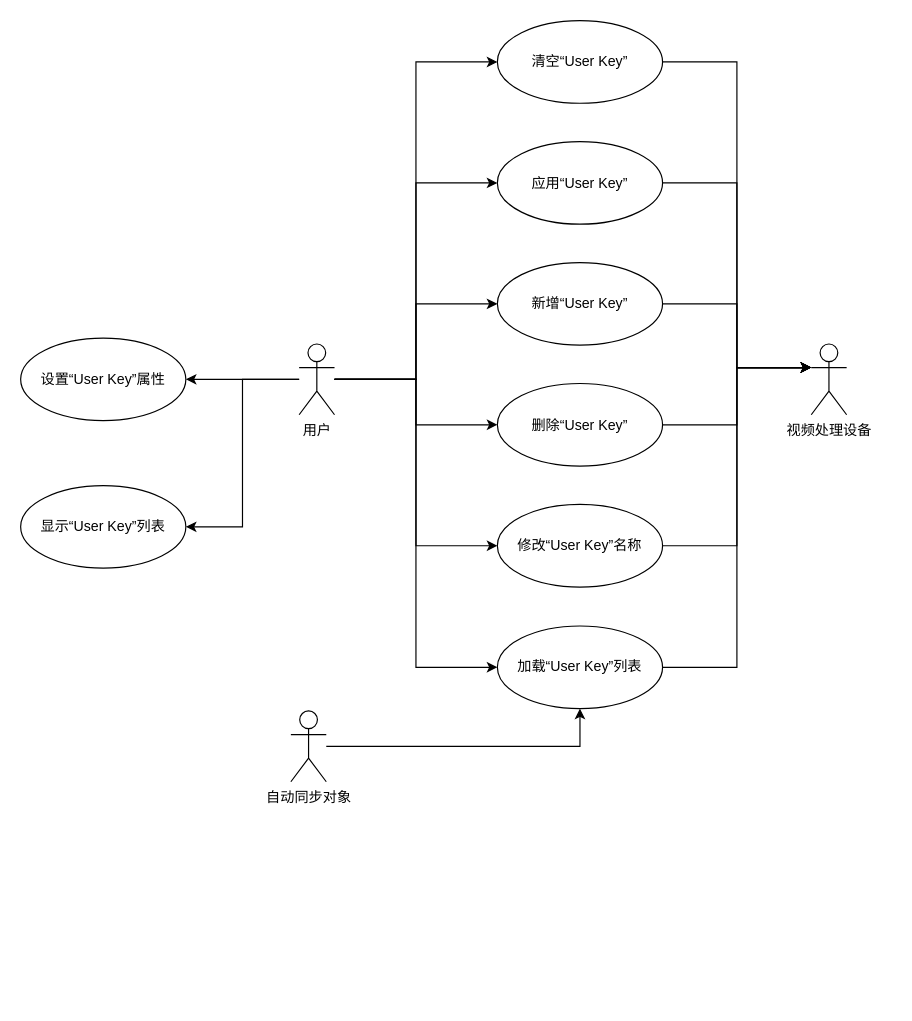
Earlier version of the draw.io diagram Arpa.drawio (wiSCADA/drawio). Source tidied: cells renumbered, new cells numbered last; positions are measured from the earlier drawing's top-left corner, leaving out a move shared by most shapes. Both pictures are drawn from the tidied source at 118%, with x=0, y=0 at pixel (20, 20).
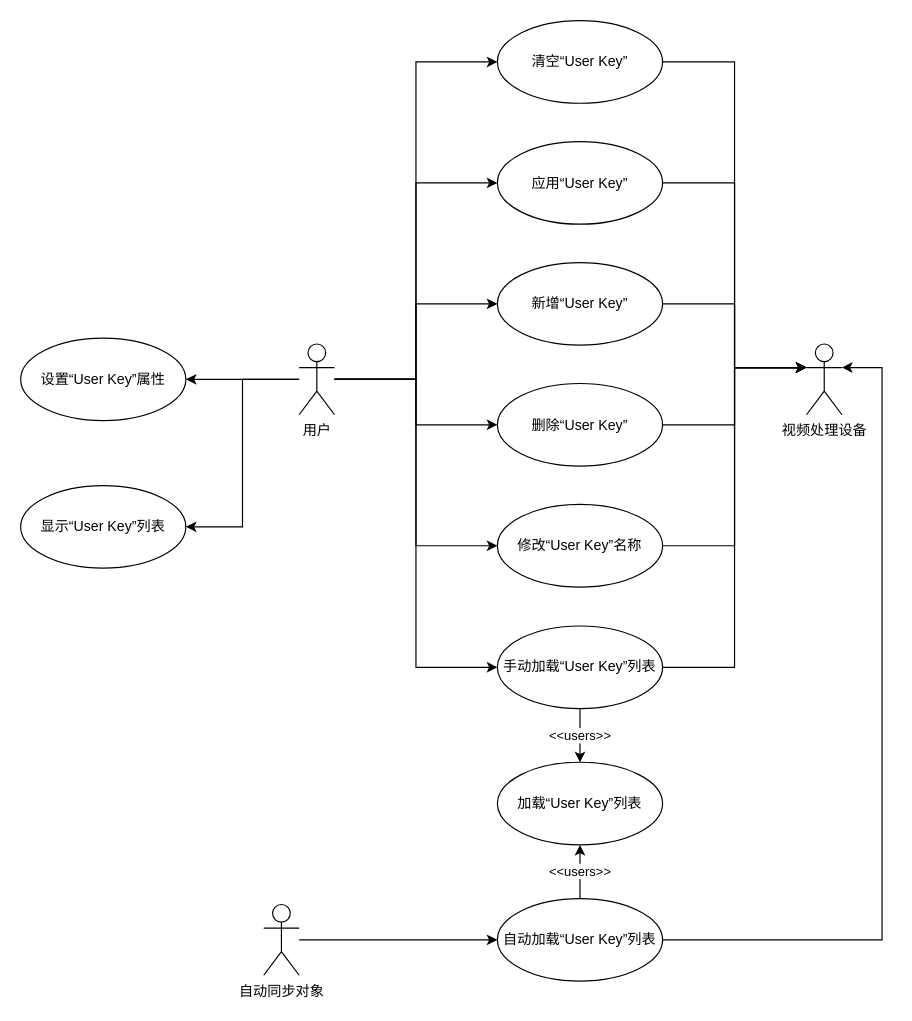
The same diagram, later.

Commit message:
抽象出一个“加载User Key列表”的抽象用例，然后自动加载和手动加载都使用它。

The edit, as a diff of the source:
```diff
@@
+    <mxCell id="28" value="&amp;lt;&amp;lt;users&amp;gt;&amp;gt;" style="edgeStyle=orthogonalEdgeStyle;rounded=0;jettySize=auto;html=1;" parent="1" edge="1" source="9" target="29">
+      <mxGeometry relative="1" as="geometry" />
+    </mxCell>
-    <mxCell id="9" value="加载“User Key”列表" style="ellipse;whiteSpace=wrap;html=1;" parent="1" vertex="1">
+    <mxCell id="9" value="手动加载“User Key”列表" style="ellipse;whiteSpace=wrap;html=1;" parent="1" vertex="1">
       <mxGeometry x="404" y="513" width="140" height="70" as="geometry" />
     </mxCell>
-    <mxCell id="10" style="edgeStyle=orthogonalEdgeStyle;rounded=0;jettySize=auto;html=1;" parent="1" edge="1" source="11" target="9">
+    <mxCell id="10" style="edgeStyle=orthogonalEdgeStyle;rounded=0;jettySize=auto;html=1;entryX=0;entryY=0.5;entryDx=0;entryDy=0;" parent="1" edge="1" source="11" target="32">
       <mxGeometry relative="1" as="geometry" />
     </mxCell>
     <mxCell id="11" value="自动同步对象" style="shape=umlActor;verticalLabelPosition=bottom;labelBackgroundColor=#ffffff;verticalAlign=top;html=1;" parent="1" vertex="1">
-      <mxGeometry x="229" y="585" width="30" height="60" as="geometry" />
+      <mxGeometry x="206" y="749" width="30" height="60" as="geometry" />
     </mxCell>
     <mxCell id="12" value="视频处理设备" style="shape=umlActor;verticalLabelPosition=bottom;labelBackgroundColor=#ffffff;verticalAlign=top;html=1;" parent="1" vertex="1">
-      <mxGeometry x="670" y="274" width="30" height="60" as="geometry" />
+      <mxGeometry x="666" y="274" width="30" height="60" as="geometry" />
     </mxCell>
@@
+    <mxCell id="29" value="加载“User Key”列表" style="ellipse;whiteSpace=wrap;html=1;" parent="1" vertex="1">
+      <mxGeometry x="404" y="628.5" width="140" height="70" as="geometry" />
+    </mxCell>
+    <mxCell id="30" style="edgeStyle=orthogonalEdgeStyle;rounded=0;jettySize=auto;html=1;entryX=1;entryY=0.3333333333333333;entryDx=0;entryDy=0;entryPerimeter=0;exitX=1;exitY=0.5;exitDx=0;exitDy=0;" parent="1" edge="1" source="32" target="12">
+      <mxGeometry relative="1" as="geometry">
+        <Array as="points">
+          <mxPoint x="730" y="779" />
+          <mxPoint x="730" y="294" />
+        </Array>
+      </mxGeometry>
+    </mxCell>
+    <mxCell id="31" value="&amp;lt;&amp;lt;users&amp;gt;&amp;gt;" style="edgeStyle=orthogonalEdgeStyle;rounded=0;jettySize=auto;html=1;entryX=0.5;entryY=1;entryDx=0;entryDy=0;" parent="1" edge="1" source="32" target="29">
+      <mxGeometry relative="1" as="geometry" />
+    </mxCell>
+    <mxCell id="32" value="自动加载“User Key”列表" style="ellipse;whiteSpace=wrap;html=1;" parent="1" vertex="1">
+      <mxGeometry x="404" y="744" width="140" height="70" as="geometry" />
+    </mxCell>
```
